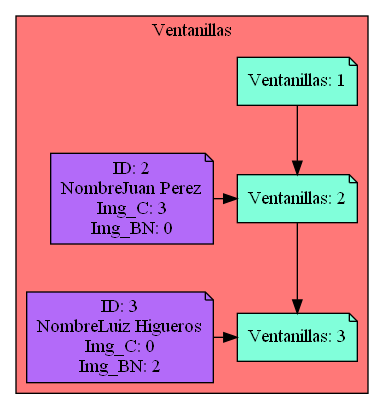
Before: Simple_Windows.png, a diagram exported from Graphviz (Serch-ING/EDD_UDRAWING_202000119). Its source is kept beside it as Simple_Windows.dot.
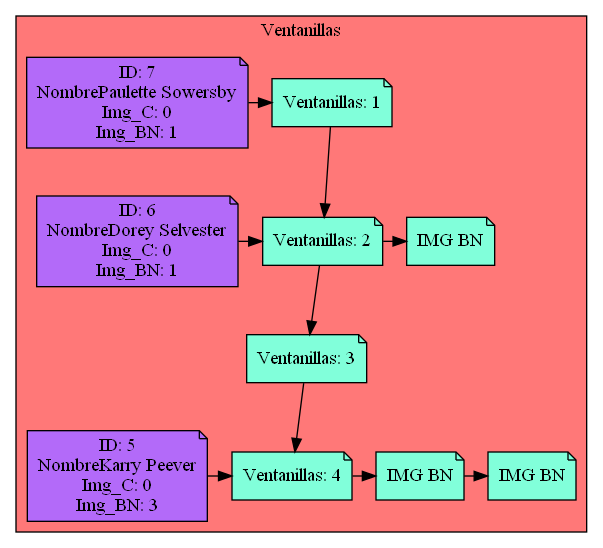
After the commit.

Diff of the diagram source:
```diff
@@ -3,24 +3,43 @@
 subgraph cluster_p{
     label= " Ventanillas "
     bgcolor = "#FF7878"
-Nodo386163331[label="Ventanillas: 1",fillcolor="#81FFDA",group=1]
-Nodo1540374340[label="Ventanillas: 2",fillcolor="#81FFDA",group=2]
-Nodo283383329[label="Ventanillas: 3",fillcolor="#81FFDA",group=3]
+Nodo70807318[label="Ventanillas: 1",fillcolor="#81FFDA",group=1]
+Nodo910091170[label="Ventanillas: 2",fillcolor="#81FFDA",group=2]
+Nodo293907205[label="Ventanillas: 3",fillcolor="#81FFDA",group=3]
+Nodo988800485[label="Ventanillas: 4",fillcolor="#81FFDA",group=4]
 
-Nodo386163331 -> Nodo1540374340
+Nodo70807318 -> Nodo910091170
 
-{rank=same;Nodo386163331}
-Nodo1540374340 -> Nodo283383329
+Cliente365181913[label="ID: 7
+NombrePaulette Sowersby
+Img_C: 0
+Img_BN: 1",fillcolor="#B36AF9",group=1]
+Cliente365181913-> Nodo70807318
+{rank=same;Nodo70807318,Cliente365181913}
+Nodo910091170 -> Nodo293907205
 
-Cliente893192050[label="ID: 2
-NombreJuan Perez
-Img_C: 3
-Img_BN: 0",fillcolor="#B36AF9",group=2]
-Cliente893192050-> Nodo1540374340
-{rank=same;Nodo1540374340,Cliente893192050}
-Cliente644345897[label="ID: 3
-NombreLuiz Higueros
+Cliente404214852[label="ID: 6
+NombreDorey Selvester
 Img_C: 0
-Img_BN: 2",fillcolor="#B36AF9",group=3]
-Cliente644345897-> Nodo283383329
-{rank=same;Nodo283383329,Cliente644345897}}}
+Img_BN: 1",fillcolor="#B36AF9",group=2]
+Cliente404214852-> Nodo910091170
+Nodo1031061344[label="IMG BN",fillcolor="#81FFDA"]
+
+Nodo910091170 -> Nodo1031061344
+
+{rank=same;Nodo910091170,Cliente404214852,Nodo1031061344}
+Nodo293907205 -> Nodo988800485
+
+{rank=same;Nodo293907205}
+Cliente1668016508[label="ID: 5
+NombreKarry Peever
+Img_C: 0
+Img_BN: 3",fillcolor="#B36AF9",group=4]
+Cliente1668016508-> Nodo988800485
+Nodo1327536153[label="IMG BN",fillcolor="#81FFDA"]
+Nodo1822971466[label="IMG BN",fillcolor="#81FFDA"]
+Nodo1327536153 -> Nodo1822971466
+
+Nodo988800485 -> Nodo1327536153
+
+{rank=same;Nodo988800485,Cliente1668016508,Nodo1327536153,Nodo1822971466}}}
```
